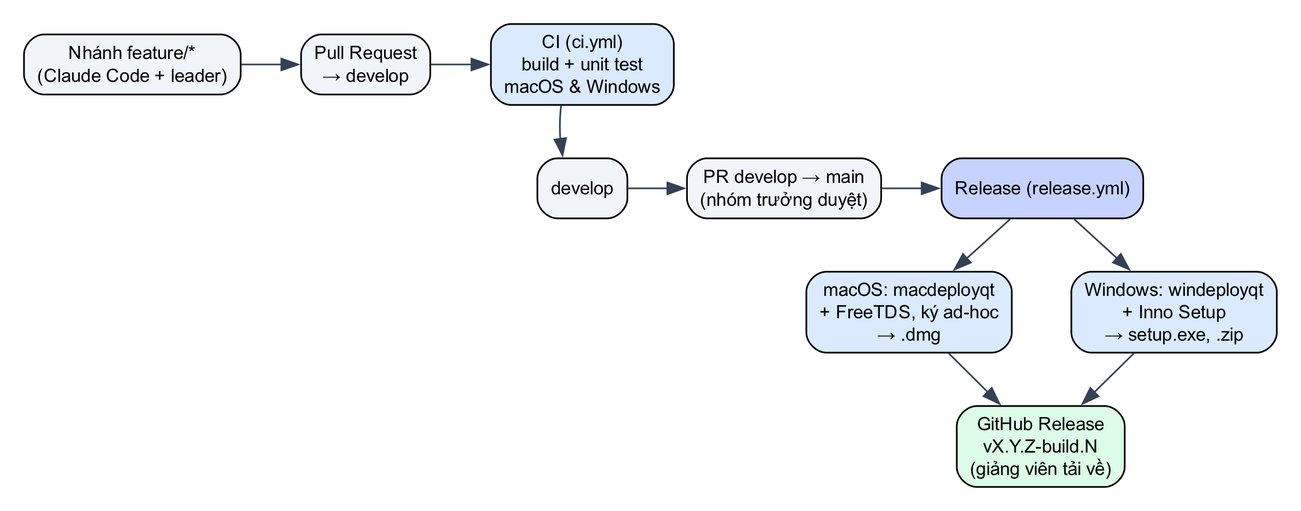
Earlier version of the Graphviz export docs/report/images/diagrams/cicd.png (nhutruong-uit/imcp). Its source is kept beside it as docs/report/diagrams/cicd.dot.
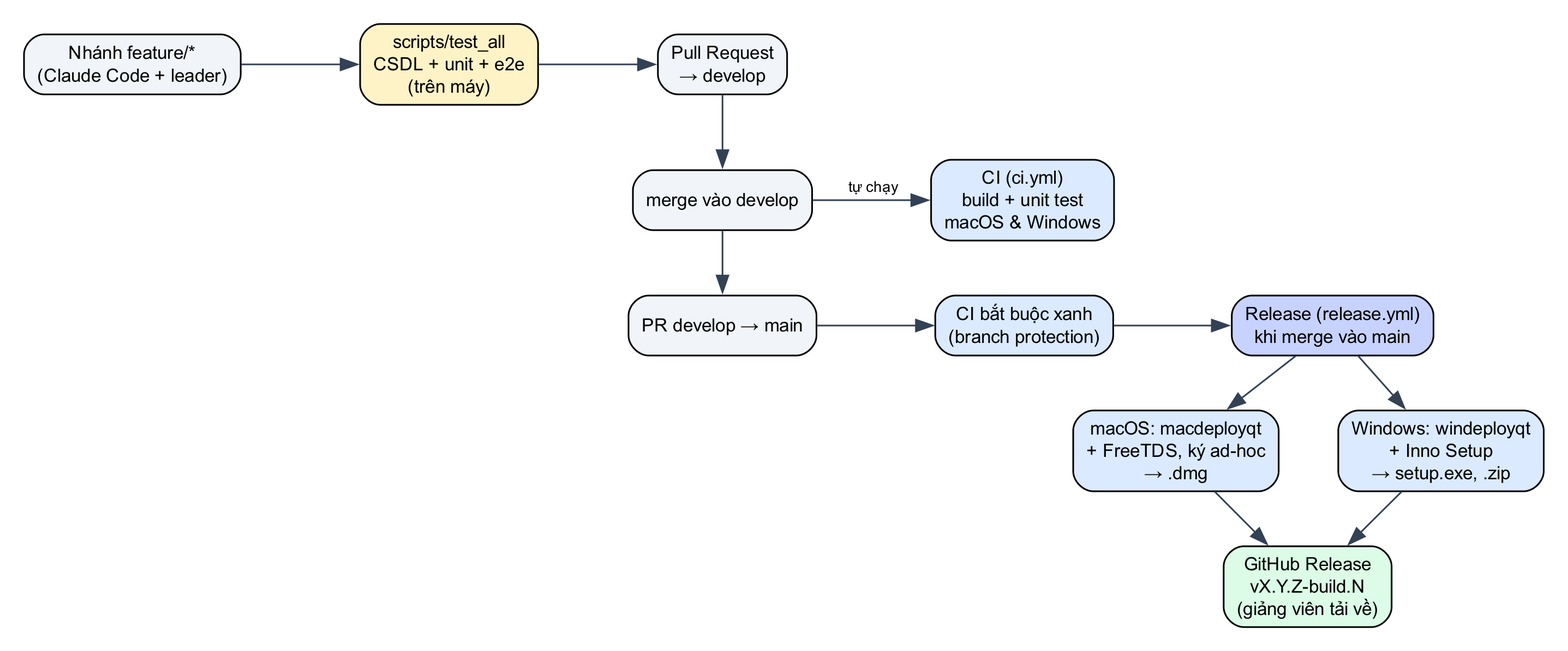
The same file after the commit.

Commit message:
ci: run only on develop merges and PRs into main; Windows Qt Test logs

What changed in the source:
```diff
@@ -2,16 +2,22 @@
   graph [rankdir=TB, fontname="Arial", dpi=220, pad=0.2, nodesep=0.5, ranksep=0.45];
   node  [fontname="Arial", fontsize=11, shape=box, style="rounded,filled", fillcolor="#F1F5F9"];
   edge  [color="#334155", fontname="Arial", fontsize=9];
-  dev [label="Nhánh feature/*\n(Claude Code + leader)"]; pr [label="Pull Request\n→ develop"];
+  dev [label="Nhánh feature/*\n(Claude Code + leader)"];
+  local [label="scripts/test_all\nCSDL + unit + e2e\n(trên máy)", fillcolor="#FEF3C7"];
+  pr [label="Pull Request\n→ develop"];
+  develop [label="merge vào develop"];
   ci [label="CI (ci.yml)\nbuild + unit test\nmacOS & Windows", fillcolor="#DBEAFE"];
-  develop [label="develop"]; prm [label="PR develop → main\n(nhóm trưởng duyệt)"];
-  rel [label="Release (release.yml)", fillcolor="#C7D2FE"];
+  prm [label="PR develop → main"];
+  cim [label="CI bắt buộc xanh\n(branch protection)", fillcolor="#DBEAFE"];
+  rel [label="Release (release.yml)\nkhi merge vào main", fillcolor="#C7D2FE"];
   mac [label="macOS: macdeployqt\n+ FreeTDS, ký ad-hoc\n→ .dmg", fillcolor="#DBEAFE"];
   win [label="Windows: windeployqt\n+ Inno Setup\n→ setup.exe, .zip", fillcolor="#DBEAFE"];
   gh [label="GitHub Release\nvX.Y.Z-build.N\n(giảng viên tải về)", fillcolor="#DCFCE7"];
-  {rank=same; dev; pr; ci;}
-  {rank=same; develop; prm; rel;}
+  {rank=same; dev; local; pr;}
+  {rank=same; develop; ci;}
+  {rank=same; prm; cim; rel;}
   {rank=same; mac; win;}
-  dev -> pr -> ci; ci -> develop [constraint=false]; ci -> develop [style=invis]; develop -> prm -> rel;
+  dev -> local -> pr; pr -> develop; develop -> ci [label=" tự chạy"];
+  develop -> prm -> cim -> rel;
   rel -> mac; rel -> win; mac -> gh; win -> gh;
 }
```
